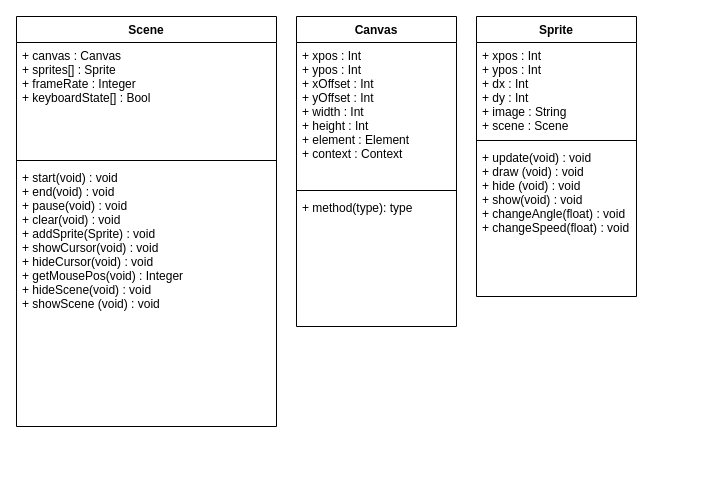
Earlier version of the draw.io diagram OOD.drawio (peymathi/html-canvas-engine). Source tidied: cells renumbered, new cells numbered last; positions are measured from the earlier drawing's top-left corner, leaving out a move shared by most shapes. Both pictures are drawn from the tidied source at 100%, with x=0, y=0 at pixel (16, 16).
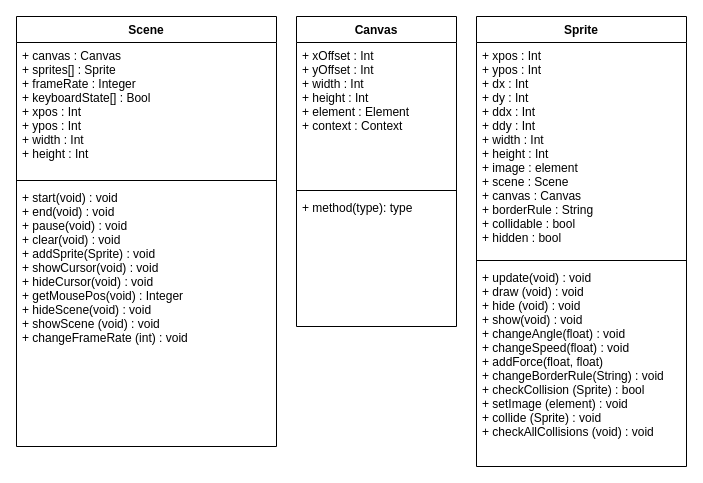
The same page after the edit.

What changed in the source:
```diff
@@
 <mxGraphModel>
   <root>
     <mxCell id="0" />
     <mxCell id="1" parent="0" />
     <mxCell id="2" value="Scene" style="swimlane;fontStyle=1;align=center;verticalAlign=top;horizontal=1;startSize=26;" parent="1" vertex="1">
-      <mxGeometry width="260" height="410" as="geometry" />
+      <mxGeometry width="260" height="430" as="geometry" />
     </mxCell>
-    <mxCell id="3" value="+ canvas : Canvas&#10;+ sprites[] : Sprite&#10;+ frameRate : Integer&#10;+ keyboardState[] : Bool&#10;" style="text;strokeColor=none;fillColor=none;align=left;verticalAlign=top;spacingLeft=4;spacingRight=4;overflow=hidden;" parent="2" vertex="1">
-      <mxGeometry y="26" width="260" height="114" as="geometry" />
+    <mxCell id="3" value="+ canvas : Canvas&#10;+ sprites[] : Sprite&#10;+ frameRate : Integer&#10;+ keyboardState[] : Bool&#10;+ xpos : Int&#10;+ ypos : Int&#10;+ width : Int&#10;+ height : Int&#10;" style="text;strokeColor=none;fillColor=none;align=left;verticalAlign=top;spacingLeft=4;spacingRight=4;overflow=hidden;" parent="2" vertex="1">
+      <mxGeometry y="26" width="260" height="134" as="geometry" />
     </mxCell>
     <mxCell id="4" style="line;strokeWidth=1;fillColor=none;align=left;verticalAlign=middle;spacingTop=-1;spacingLeft=3;spacingRight=3;labelPosition=right;" parent="2" vertex="1">
-      <mxGeometry y="140" width="260" height="8" as="geometry" />
+      <mxGeometry y="160" width="260" height="8" as="geometry" />
     </mxCell>
-    <mxCell id="5" value="+ start(void) : void&#10;+ end(void) : void&#10;+ pause(void) : void&#10;+ clear(void) : void&#10;+ addSprite(Sprite) : void&#10;+ showCursor(void) : void&#10;+ hideCursor(void) : void&#10;+ getMousePos(void) : Integer&#10;+ hideScene(void) : void&#10;+ showScene (void) : void&#10;&#10;&#10;&#10;" style="text;strokeColor=none;fillColor=none;align=left;verticalAlign=top;spacingLeft=4;spacingRight=4;overflow=hidden;" parent="2" vertex="1">
-      <mxGeometry y="148" width="260" height="262" as="geometry" />
+    <mxCell id="5" value="+ start(void) : void&#10;+ end(void) : void&#10;+ pause(void) : void&#10;+ clear(void) : void&#10;+ addSprite(Sprite) : void&#10;+ showCursor(void) : void&#10;+ hideCursor(void) : void&#10;+ getMousePos(void) : Integer&#10;+ hideScene(void) : void&#10;+ showScene (void) : void&#10;+ changeFrameRate (int) : void&#10;&#10;&#10;&#10;" style="text;strokeColor=none;fillColor=none;align=left;verticalAlign=top;spacingLeft=4;spacingRight=4;overflow=hidden;" parent="2" vertex="1">
+      <mxGeometry y="168" width="260" height="262" as="geometry" />
     </mxCell>
     <mxCell id="6" value="Canvas" style="swimlane;fontStyle=1;align=center;verticalAlign=top;horizontal=1;startSize=26;" parent="1" vertex="1">
       <mxGeometry x="280" width="160" height="310" as="geometry" />
     </mxCell>
-    <mxCell id="7" value="+ xpos : Int&#10;+ ypos : Int&#10;+ xOffset : Int&#10;+ yOffset : Int&#10;+ width : Int&#10;+ height : Int&#10;+ element : Element&#10;+ context : Context&#10;&#10;" style="text;strokeColor=none;fillColor=none;align=left;verticalAlign=top;spacingLeft=4;spacingRight=4;overflow=hidden;" parent="6" vertex="1">
+    <mxCell id="7" value="+ xOffset : Int&#10;+ yOffset : Int&#10;+ width : Int&#10;+ height : Int&#10;+ element : Element&#10;+ context : Context&#10;&#10;" style="text;strokeColor=none;fillColor=none;align=left;verticalAlign=top;spacingLeft=4;spacingRight=4;overflow=hidden;" parent="6" vertex="1">
       <mxGeometry y="26" width="160" height="144" as="geometry" />
     </mxCell>
     <mxCell id="8" style="line;strokeWidth=1;fillColor=none;align=left;verticalAlign=middle;spacingTop=-1;spacingLeft=3;spacingRight=3;labelPosition=right;" parent="6" vertex="1">
       <mxGeometry y="170" width="160" height="8" as="geometry" />
     </mxCell>
     <mxCell id="9" value="+ method(type): type" style="text;strokeColor=none;fillColor=none;align=left;verticalAlign=top;spacingLeft=4;spacingRight=4;overflow=hidden;" parent="6" vertex="1">
       <mxGeometry y="178" width="160" height="132" as="geometry" />
     </mxCell>
     <mxCell id="10" value="Sprite" style="swimlane;fontStyle=1;align=center;verticalAlign=top;horizontal=1;startSize=26;" parent="1" vertex="1">
-      <mxGeometry x="460" width="160" height="280" as="geometry" />
+      <mxGeometry x="460" width="210" height="450" as="geometry" />
     </mxCell>
-    <mxCell id="11" value="+ xpos : Int&#10;+ ypos : Int&#10;+ dx : Int&#10;+ dy : Int&#10;+ image : String&#10;+ scene : Scene&#10;" style="text;strokeColor=none;fillColor=none;align=left;verticalAlign=top;spacingLeft=4;spacingRight=4;overflow=hidden;" parent="10" vertex="1">
-      <mxGeometry y="26" width="160" height="94" as="geometry" />
+    <mxCell id="11" value="+ xpos : Int&#10;+ ypos : Int&#10;+ dx : Int&#10;+ dy : Int&#10;+ ddx : Int&#10;+ ddy : Int&#10;+ width : Int&#10;+ height : Int&#10;+ image : element&#10;+ scene : Scene&#10;+ canvas : Canvas&#10;+ borderRule : String&#10;+ collidable : bool&#10;+ hidden : bool&#10;&#10;" style="text;strokeColor=none;fillColor=none;align=left;verticalAlign=top;spacingLeft=4;spacingRight=4;overflow=hidden;" parent="10" vertex="1">
+      <mxGeometry y="26" width="210" height="214" as="geometry" />
     </mxCell>
     <mxCell id="12" style="line;strokeWidth=1;fillColor=none;align=left;verticalAlign=middle;spacingTop=-1;spacingLeft=3;spacingRight=3;labelPosition=right;" parent="10" vertex="1">
-      <mxGeometry y="120" width="160" height="8" as="geometry" />
+      <mxGeometry y="240" width="210" height="8" as="geometry" />
     </mxCell>
-    <mxCell id="13" value="+ update(void) : void&#10;+ draw (void) : void&#10;+ hide (void) : void&#10;+ show(void) : void&#10;+ changeAngle(float) : void&#10;+ changeSpeed(float) : void" style="text;strokeColor=none;fillColor=none;align=left;verticalAlign=top;spacingLeft=4;spacingRight=4;overflow=hidden;" parent="10" vertex="1">
-      <mxGeometry y="128" width="160" height="152" as="geometry" />
+    <mxCell id="13" value="+ update(void) : void&#10;+ draw (void) : void&#10;+ hide (void) : void&#10;+ show(void) : void&#10;+ changeAngle(float) : void&#10;+ changeSpeed(float) : void&#10;+ addForce(float, float)&#10;+ changeBorderRule(String) : void&#10;+ checkCollision (Sprite) : bool&#10;+ setImage (element) : void&#10;+ collide (Sprite) : void&#10;+ checkAllCollisions (void) : void&#10;&#10;" style="text;strokeColor=none;fillColor=none;align=left;verticalAlign=top;spacingLeft=4;spacingRight=4;overflow=hidden;" parent="10" vertex="1">
+      <mxGeometry y="248" width="210" height="202" as="geometry" />
     </mxCell>
   </root>
 </mxGraphModel>
```
